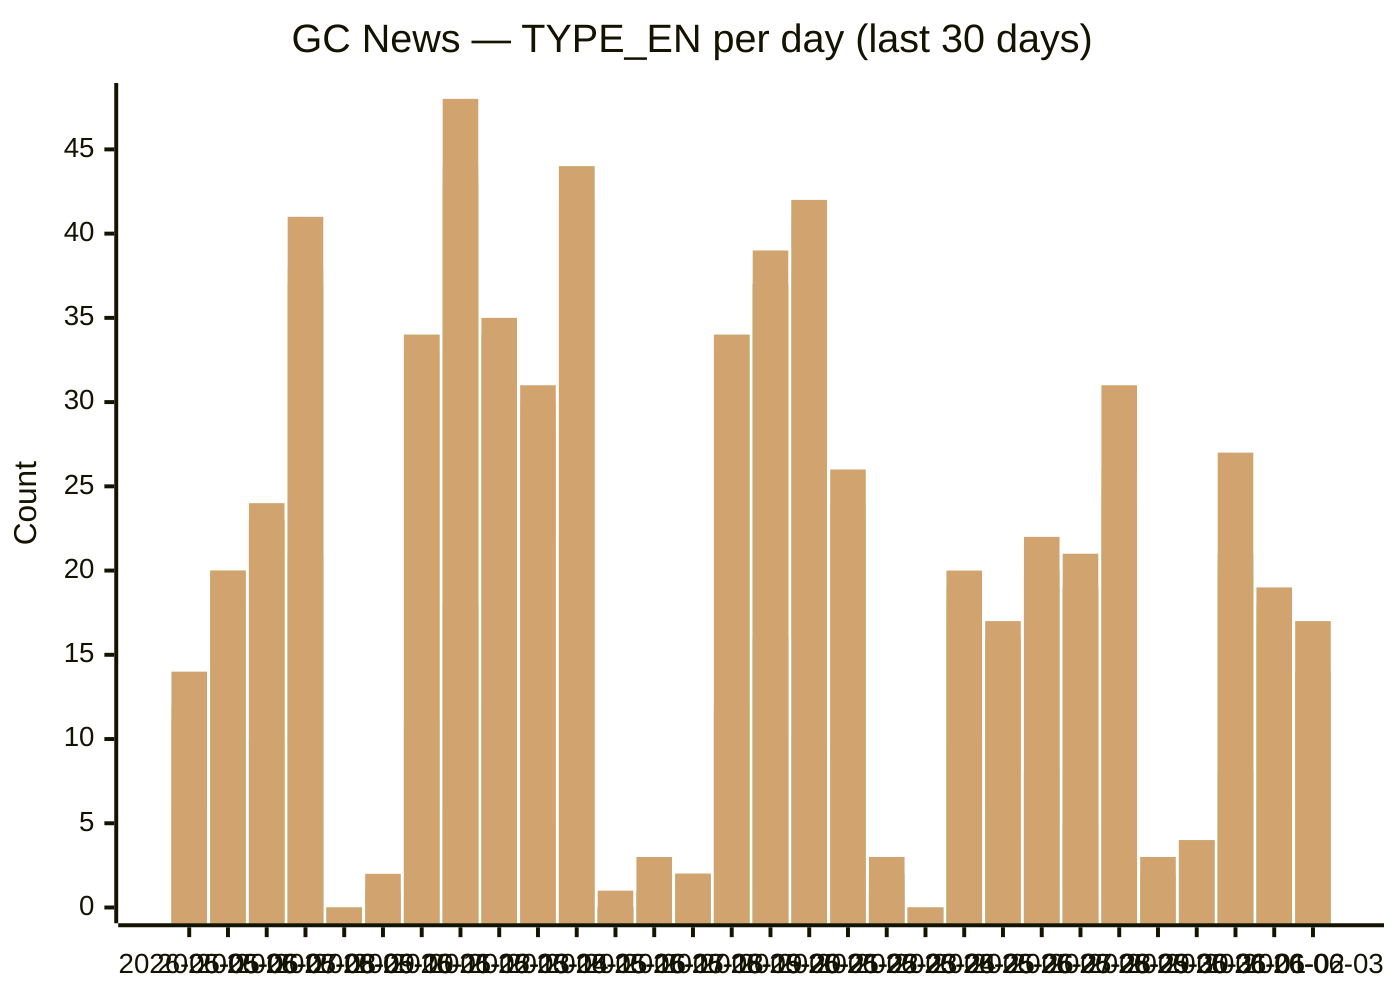
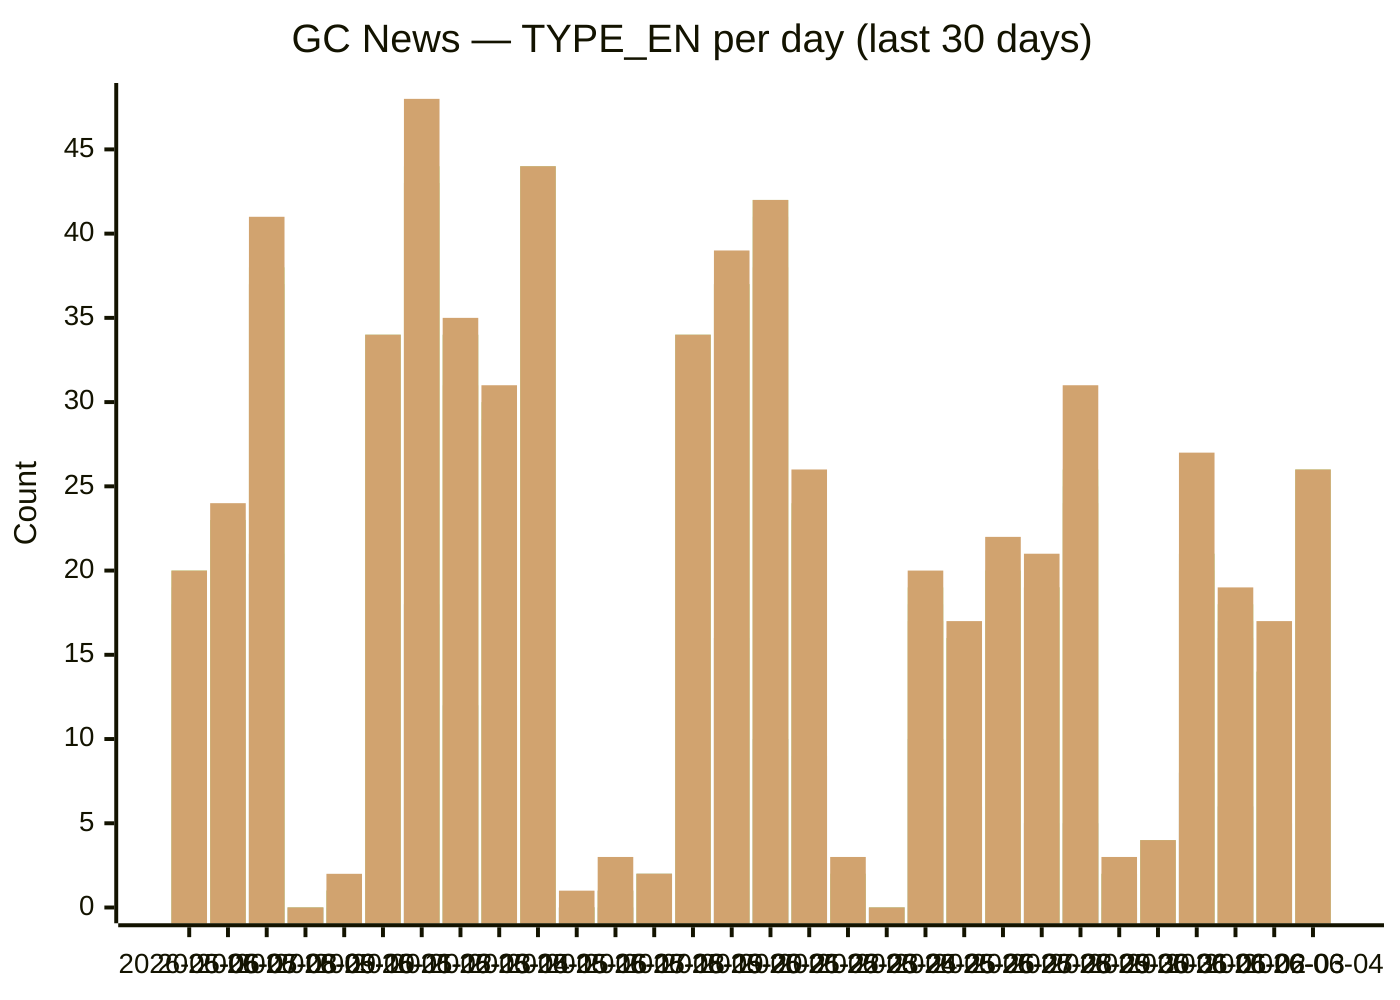
xychart-beta
  title "GC News — TYPE_EN per day (last 30 days)"
-   x-axis [2026-05-05, 2026-05-06, 2026-05-07, 2026-05-08, 2026-05-09, 2026-05-10, 2026-05-11, 2026-05-12, 2026-05-13, 2026-05-14, 2026-05-15, 2026-05-16, 2026-05-17, 2026-05-18, 2026-05-19, 2026-05-20, 2026-05-21, 2026-05-22, 2026-05-23, 2026-05-24, 2026-05-25, 2026-05-26, 2026-05-27, 2026-05-28, 2026-05-29, 2026-05-30, 2026-05-31, 2026-06-01, 2026-06-02, 2026-06-03]
+   x-axis [2026-05-06, 2026-05-07, 2026-05-08, 2026-05-09, 2026-05-10, 2026-05-11, 2026-05-12, 2026-05-13, 2026-05-14, 2026-05-15, 2026-05-16, 2026-05-17, 2026-05-18, 2026-05-19, 2026-05-20, 2026-05-21, 2026-05-22, 2026-05-23, 2026-05-24, 2026-05-25, 2026-05-26, 2026-05-27, 2026-05-28, 2026-05-29, 2026-05-30, 2026-05-31, 2026-06-01, 2026-06-02, 2026-06-03, 2026-06-04]
  y-axis "Count" 0 --> 48
-   bar backgrounders [1, 2, 0, 5, 0, 0, 2, 6, 2, 4, 5, 0, 0, 0, 1, 1, 3, 3, 0, 0, 6, 1, 4, 1, 1, 0, 0, 5, 2, 2]
-   bar "media advisories" [6, 7, 10, 21, 0, 0, 11, 18, 12, 12, 22, 0, 0, 2, 12, 16, 10, 9, 1, 0, 10, 6, 8, 5, 5, 0, 4, 8, 6, 5]
-   bar "news releases" [10, 18, 23, 37, 0, 1, 33, 43, 31, 28, 42, 0, 1, 2, 33, 37, 38, 23, 2, 0, 17, 13, 19, 19, 24, 2, 4, 20, 16, 13]
-   bar readouts [11, 19, 23, 37, 0, 1, 34, 43, 34, 29, 44, 0, 1, 2, 34, 37, 41, 23, 2, 0, 18, 16, 20, 19, 25, 2, 4, 21, 17, 14]
-   bar speeches [12, 20, 23, 38, 0, 1, 34, 44, 34, 30, 44, 0, 1, 2, 34, 37, 42, 24, 2, 0, 19, 16, 20, 19, 26, 2, 4, 21, 18, 14]
-   bar statements [14, 20, 24, 41, 0, 2, 34, 48, 35, 31, 44, 1, 3, 2, 34, 39, 42, 26, 3, 0, 20, 17, 22, 21, 31, 3, 4, 27, 19, 17]
+   bar backgrounders [2, 0, 5, 0, 0, 2, 6, 2, 4, 5, 0, 0, 0, 1, 1, 3, 3, 0, 0, 6, 1, 4, 1, 1, 0, 0, 5, 2, 2, 1]
+   bar "media advisories" [7, 10, 21, 0, 0, 11, 18, 12, 12, 22, 0, 0, 2, 12, 16, 10, 9, 1, 0, 10, 6, 8, 5, 5, 0, 4, 8, 6, 5, 14]
+   bar "news releases" [18, 23, 37, 0, 1, 33, 43, 31, 28, 42, 0, 1, 2, 33, 37, 38, 23, 2, 0, 17, 13, 19, 19, 24, 2, 4, 20, 16, 13, 24]
+   bar readouts [19, 23, 37, 0, 1, 34, 43, 34, 29, 44, 0, 1, 2, 34, 37, 41, 23, 2, 0, 18, 16, 20, 19, 25, 2, 4, 21, 17, 14, 25]
+   bar speeches [20, 23, 38, 0, 1, 34, 44, 34, 30, 44, 0, 1, 2, 34, 37, 42, 24, 2, 0, 19, 16, 20, 19, 26, 2, 4, 21, 18, 14, 26]
+   bar statements [20, 24, 41, 0, 2, 34, 48, 35, 31, 44, 1, 3, 2, 34, 39, 42, 26, 3, 0, 20, 17, 22, 21, 31, 3, 4, 27, 19, 17, 26]
